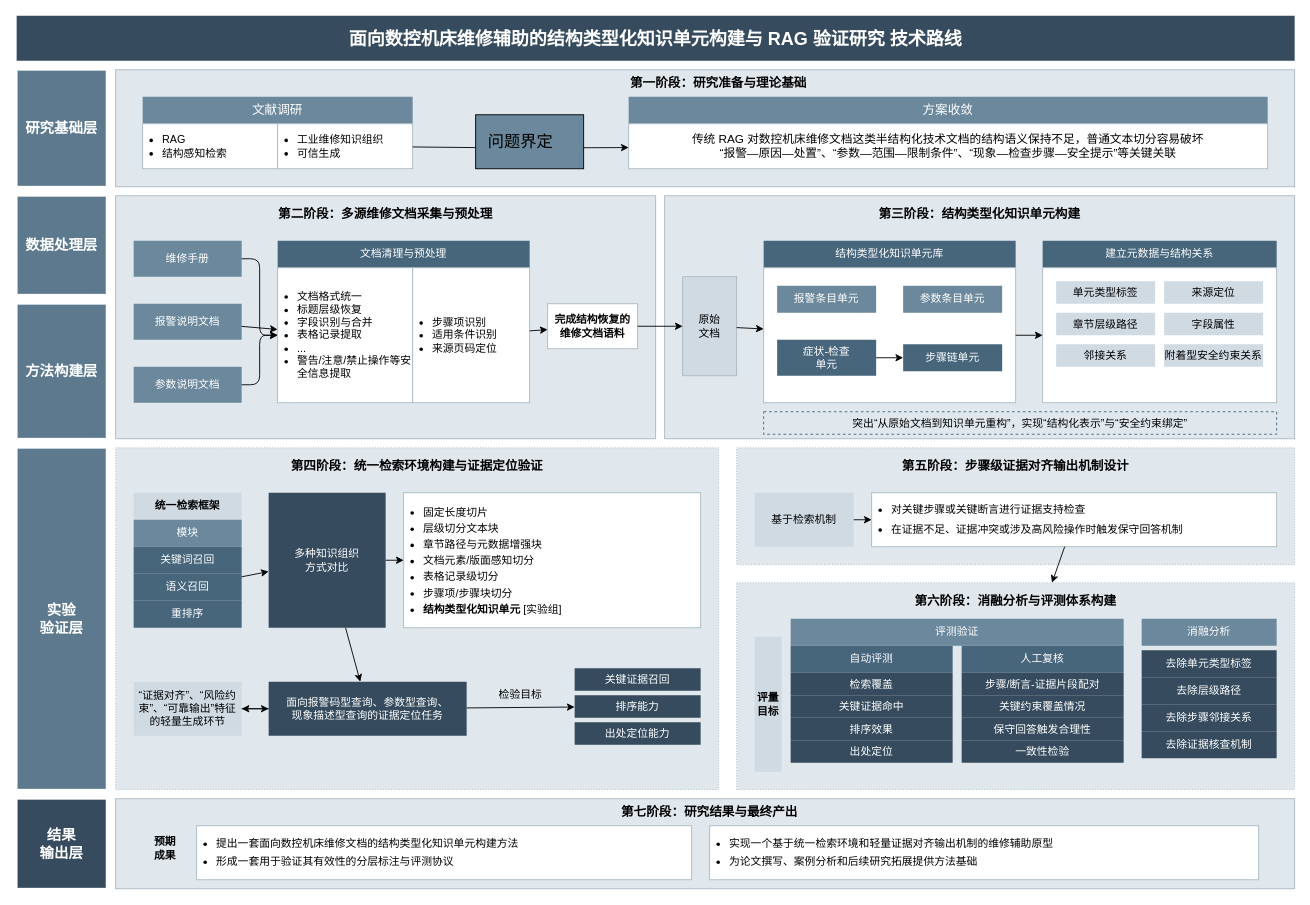
Above: 3.19技术路线图.drawio in handsome-tony/picture (draw.io), before the change. Source tidied: cells renumbered, new cells numbered last; positions are measured from the earlier drawing's top-left corner, leaving out a move shared by most shapes. Both pictures are drawn from the tidied source at 90%, with x=0, y=0 at pixel (16, 15).
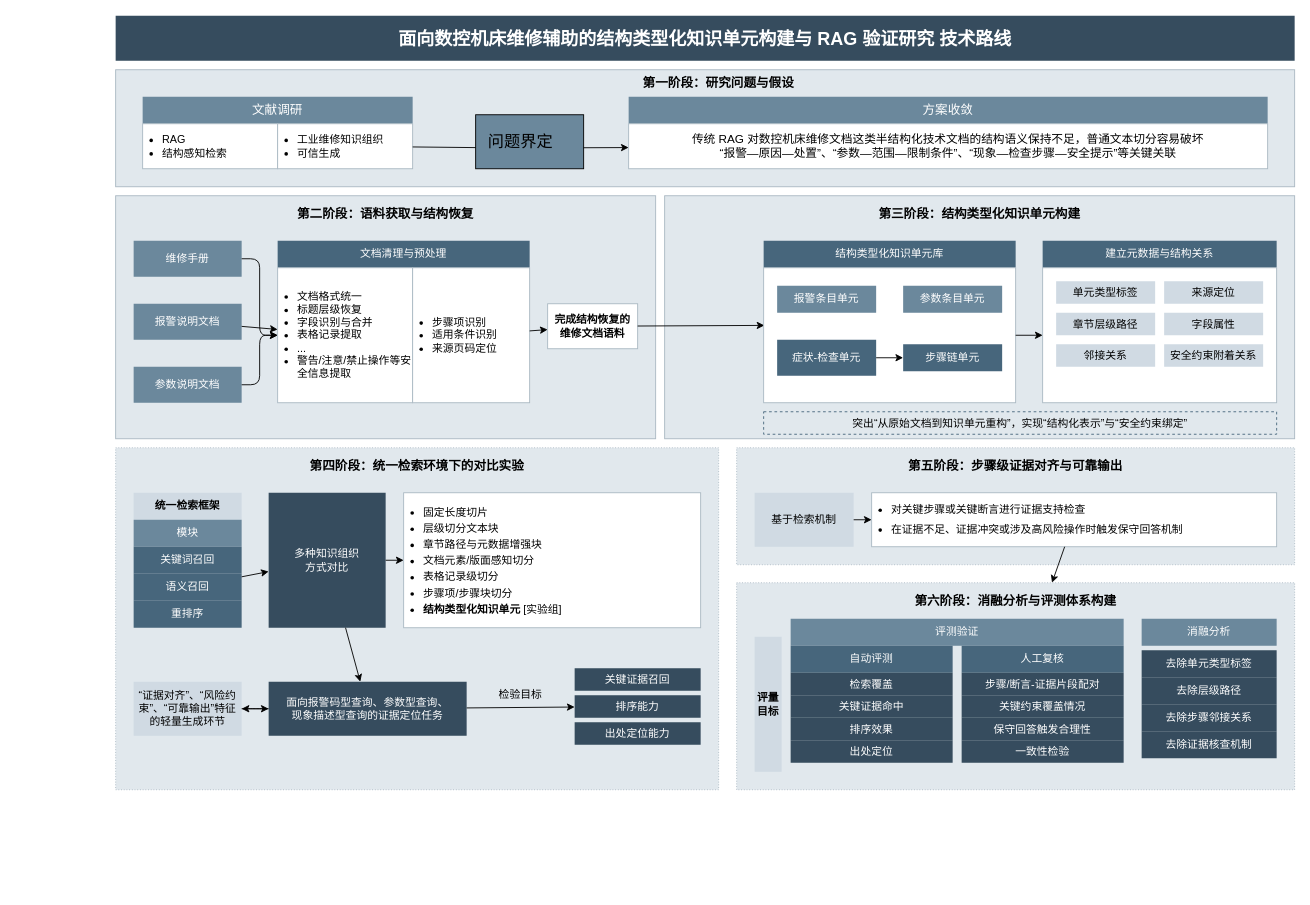
Above is the later version.

Commit message:
更新3.19技术路线图.drawio

The change refers to these unchanged cells:
```xml
<mxCell id="28" value="完成结构恢复的&lt;br&gt;维修文档语料" style="rounded=0;whiteSpace=wrap;html=1;fillColor=#FFFFFF;strokeColor=#AAB8C2;fontStyle=1;" parent="1" vertex="1">
  <mxGeometry x="590" y="320" width="100" height="50" as="geometry" />
</mxCell>
<mxCell id="35" style="rounded=0;whiteSpace=wrap;html=1;fillColor=#FFFFFF;strokeColor=#AAB8C2;" parent="1" vertex="1">
  <mxGeometry x="830" y="280" width="280" height="150" as="geometry" />
</mxCell>
```

What changed in the source:
```diff
@@
     <mxCell id="2" value="&lt;b style=&quot;font-size: 20px;&quot;&gt;面向数控机床维修辅助的结构类型化知识单元构建与 RAG 验证研究 技术路线&lt;/b&gt;" style="rounded=0;whiteSpace=wrap;html=1;fillColor=#364C5E;fontColor=#FFFFFF;strokeColor=none;" parent="1" vertex="1">
-      <mxGeometry width="1420" height="50" as="geometry" />
+      <mxGeometry x="110" width="1310" height="50" as="geometry" />
     </mxCell>
-    <mxCell id="3" value="&lt;b style=&quot;font-size: 16px;&quot;&gt;研究基础层&lt;/b&gt;" style="rounded=0;whiteSpace=wrap;html=1;fillColor=#5C798E;fontColor=#FFFFFF;strokeColor=#FFFFFF;strokeWidth=2;" parent="1" vertex="1">
-      <mxGeometry y="60" width="100" height="130" as="geometry" />
-    </mxCell>
-    <mxCell id="4" value="&lt;b style=&quot;font-size: 16px;&quot;&gt;数据处理层&lt;/b&gt;" style="rounded=0;whiteSpace=wrap;html=1;fillColor=#5C798E;fontColor=#FFFFFF;strokeColor=#FFFFFF;strokeWidth=2;" parent="1" vertex="1">
-      <mxGeometry y="200" width="100" height="110" as="geometry" />
-    </mxCell>
-    <mxCell id="5" value="&lt;b style=&quot;font-size: 16px;&quot;&gt;方法构建层&lt;/b&gt;" style="rounded=0;whiteSpace=wrap;html=1;fillColor=#5C798E;fontColor=#FFFFFF;strokeColor=#FFFFFF;strokeWidth=2;" parent="1" vertex="1">
-      <mxGeometry y="320" width="100" height="150" as="geometry" />
-    </mxCell>
-    <mxCell id="6" value="&lt;b style=&quot;font-size: 16px;&quot;&gt;实验&lt;br&gt;验证层&lt;/b&gt;" style="rounded=0;whiteSpace=wrap;html=1;fillColor=#5C798E;fontColor=#FFFFFF;strokeColor=#FFFFFF;strokeWidth=2;" parent="1" vertex="1">
-      <mxGeometry y="480" width="100" height="380" as="geometry" />
-    </mxCell>
-    <mxCell id="7" value="&lt;b style=&quot;font-size: 16px;&quot;&gt;结果&lt;br&gt;输出层&lt;/b&gt;" style="rounded=0;whiteSpace=wrap;html=1;fillColor=#364C5E;fontColor=#FFFFFF;strokeColor=#FFFFFF;strokeWidth=2;" parent="1" vertex="1">
-      <mxGeometry y="870" width="100" height="100" as="geometry" />
-    </mxCell>
@@
-    <mxCell id="9" value="&lt;b&gt;第一阶段：研究准备与理论基础&lt;/b&gt;" style="text;html=1;strokeColor=none;fillColor=none;align=center;verticalAlign=middle;whiteSpace=wrap;rounded=0;fontSize=14;" parent="1" vertex="1">
+    <mxCell id="9" value="&lt;b&gt;第一阶段：研究问题与假设&lt;/b&gt;" style="text;html=1;strokeColor=none;fillColor=none;align=center;verticalAlign=middle;whiteSpace=wrap;rounded=0;fontSize=14;" parent="1" vertex="1">
       <mxGeometry x="660" y="65" width="240" height="20" as="geometry" />
     </mxCell>
@@
-    <mxCell id="18" value="&lt;b&gt;第二阶段：多源维修文档采集与预处理&lt;/b&gt;" style="text;html=1;strokeColor=none;fillColor=none;align=center;verticalAlign=middle;whiteSpace=wrap;rounded=0;fontSize=14;" parent="1" vertex="1">
+    <mxCell id="18" value="&lt;b&gt;第二阶段：语料获取与结构恢复&lt;/b&gt;" style="text;html=1;strokeColor=none;fillColor=none;align=center;verticalAlign=middle;whiteSpace=wrap;rounded=0;fontSize=14;" parent="1" vertex="1">
       <mxGeometry x="270" y="210" width="280" height="20" as="geometry" />
     </mxCell>
@@
-    <mxCell id="32" value="原始&lt;br&gt;文档" style="rounded=0;whiteSpace=wrap;html=1;fillColor=#D0DAE3;strokeColor=#AAB8C2;" parent="1" vertex="1">
-      <mxGeometry x="740" y="290" width="60" height="110" as="geometry" />
-    </mxCell>
-    <mxCell id="33" parent="1" edge="1" source="28" target="32">
+    <mxCell id="33" style="entryX=0.003;entryY=0.427;entryDx=0;entryDy=0;entryPerimeter=0;" parent="1" edge="1" source="28" target="35">
       <mxGeometry relative="1" as="geometry" />
     </mxCell>
@@
-    <mxCell id="38" value="症状-检查&lt;br&gt;单元" style="rounded=0;whiteSpace=wrap;html=1;fillColor=#47667C;fontColor=#FFFFFF;strokeColor=none;" parent="1" vertex="1">
+    <mxCell id="38" value="症状-检查单元" style="rounded=0;whiteSpace=wrap;html=1;fillColor=#47667C;fontColor=#FFFFFF;strokeColor=none;" parent="1" vertex="1">
       <mxGeometry x="845" y="360" width="110" height="40" as="geometry" />
     </mxCell>
@@
-    <mxCell id="41" parent="1" edge="1" source="32" target="35">
-      <mxGeometry relative="1" as="geometry" />
-    </mxCell>
@@
-    <mxCell id="49" value="附着型安全约束关系" style="rounded=0;whiteSpace=wrap;html=1;fillColor=#D0DAE3;strokeColor=none;" parent="1" vertex="1">
+    <mxCell id="49" value="安全约束附着关系" style="rounded=0;whiteSpace=wrap;html=1;fillColor=#D0DAE3;strokeColor=none;" parent="1" vertex="1">
       <mxGeometry x="1275" y="365" width="110" height="25" as="geometry" />
     </mxCell>
@@
-    <mxCell id="53" value="&lt;b&gt;第四阶段：统一检索环境构建与证据定位验证&lt;/b&gt;" style="text;html=1;strokeColor=none;fillColor=none;align=center;verticalAlign=middle;whiteSpace=wrap;rounded=0;fontSize=14;" parent="1" vertex="1">
+    <mxCell id="53" value="&lt;b&gt;第四阶段：统一检索环境下的对比实验&lt;/b&gt;" style="text;html=1;strokeColor=none;fillColor=none;align=center;verticalAlign=middle;whiteSpace=wrap;rounded=0;fontSize=14;" parent="1" vertex="1">
       <mxGeometry x="280" y="490" width="330" height="20" as="geometry" />
     </mxCell>
@@
-    <mxCell id="73" value="&lt;b&gt;第五阶段：步骤级证据对齐输出机制设计&lt;/b&gt;" style="text;html=1;strokeColor=none;fillColor=none;align=center;verticalAlign=middle;whiteSpace=wrap;rounded=0;fontSize=14;" parent="1" vertex="1">
+    <mxCell id="73" value="&lt;b&gt;第五阶段：步骤级证据对齐与可靠输出&lt;/b&gt;" style="text;html=1;strokeColor=none;fillColor=none;align=center;verticalAlign=middle;whiteSpace=wrap;rounded=0;fontSize=14;" parent="1" vertex="1">
       <mxGeometry x="950" y="490" width="320" height="20" as="geometry" />
     </mxCell>
@@
-    <mxCell id="97" style="rounded=0;whiteSpace=wrap;html=1;fillColor=#E1E8ED;strokeColor=#AAB8C2;align=top;" parent="1" vertex="1">
-      <mxGeometry x="110" y="870" width="1310" height="100" as="geometry" />
-    </mxCell>
-    <mxCell id="98" value="&lt;b&gt;第七阶段：研究结果与最终产出&lt;/b&gt;" style="text;html=1;strokeColor=none;fillColor=none;align=center;verticalAlign=middle;whiteSpace=wrap;rounded=0;fontSize=14;" parent="1" vertex="1">
-      <mxGeometry x="650" y="875" width="240" height="20" as="geometry" />
-    </mxCell>
-    <mxCell id="99" value="预期&lt;br&gt;成果" style="rounded=0;whiteSpace=wrap;html=1;fillColor=none;strokeColor=none;fontStyle=1;" parent="1" vertex="1">
-      <mxGeometry x="140" y="905" width="50" height="40" as="geometry" />
-    </mxCell>
-    <mxCell id="100" value="&lt;ul style=&quot;margin:0px;padding-left:20px;line-height:1.6;&quot;&gt;&lt;li&gt;提出一套面向数控机床维修文档的结构类型化知识单元构建方法&lt;/li&gt;&lt;li&gt;形成一套用于验证其有效性的分层标注与评测协议&lt;/li&gt;&lt;/ul&gt;" style="rounded=0;whiteSpace=wrap;html=1;fillColor=#FFFFFF;strokeColor=#AAB8C2;align=left;" parent="1" vertex="1">
-      <mxGeometry x="200" y="900" width="550" height="60" as="geometry" />
-    </mxCell>
-    <mxCell id="101" value="&lt;ul style=&quot;margin:0px;padding-left:20px;line-height:1.6;&quot;&gt;&lt;li&gt;实现一个基于统一检索环境和轻量证据对齐输出机制的维修辅助原型&lt;/li&gt;&lt;li&gt;为论文撰写、案例分析和后续研究拓展提供方法基础&lt;/li&gt;&lt;/ul&gt;" style="rounded=0;whiteSpace=wrap;html=1;fillColor=#FFFFFF;strokeColor=#AAB8C2;align=left;" parent="1" vertex="1">
-      <mxGeometry x="770" y="900" width="610" height="60" as="geometry" />
-    </mxCell>
```
